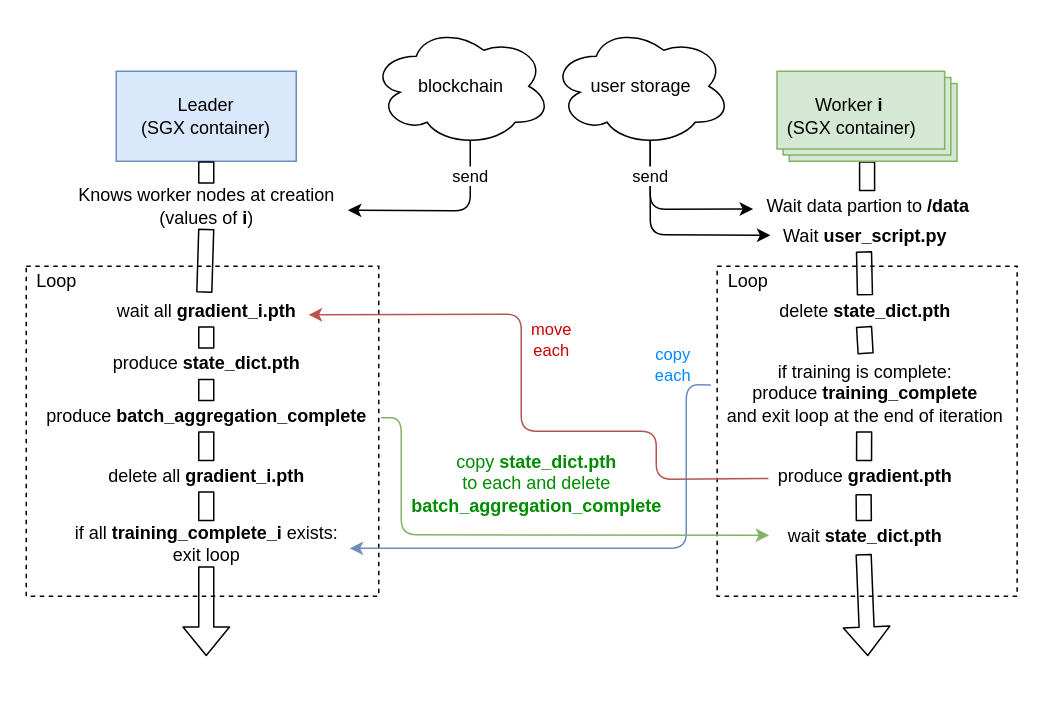
Earlier version of the draw.io diagram file_management.drawio (mercury-protocol/mcy-sgx-gramine). Source tidied: cells renumbered, new cells numbered last; positions are measured from the earlier drawing's top-left corner, leaving out a move shared by most shapes. Both pictures are drawn from the tidied source at 150%, with x=0, y=0 at pixel (26, 26).
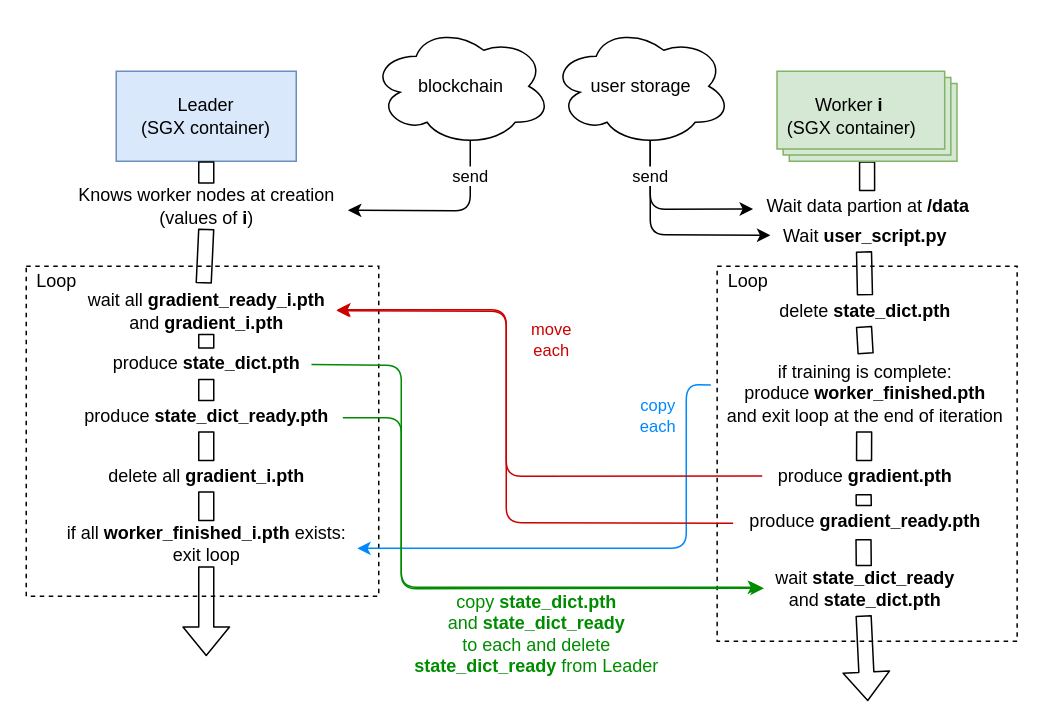
After the change.

Commit message (it also covers changes not shown here):
update diagram and use extension in all file names

Unchanged cells that the change refers to:
```xml
<mxCell id="16" value="produce &lt;b&gt;state_dict.pth&lt;/b&gt;" style="text;html=1;align=center;verticalAlign=middle;points=[];strokeColor=none;fillColor=none;" parent="1" vertex="1">
  <mxGeometry x="50" y="215" width="140" height="20" as="geometry" />
</mxCell>
<mxCell id="19" value="produce &lt;b&gt;gradient.pth&lt;/b&gt;" style="text;html=1;align=center;verticalAlign=middle;points=[];strokeColor=none;fillColor=none;" parent="1" vertex="1">
  <mxGeometry x="493.5" y="290" width="130" height="20" as="geometry" />
</mxCell>
```

Change to the diagram source:
```diff
@@
     <mxCell id="3" style="rounded=0;whiteSpace=wrap;html=1;labelBackgroundColor=default;dashed=1;fillColor=none;" parent="1" vertex="1">
-      <mxGeometry x="460.6" y="160" width="200" height="220" as="geometry" />
+      <mxGeometry x="460.6" y="160" width="200" height="250" as="geometry" />
     </mxCell>
@@
     <mxCell id="6" style="shape=flexArrow;endArrow=classic;html=1;exitX=0.498;exitY=1.092;exitDx=0;exitDy=0;startArrow=none;exitPerimeter=0;" parent="1" edge="1" source="37">
       <mxGeometry relative="1" as="geometry">
-        <mxPoint x="561" y="420" as="targetPoint" />
+        <mxPoint x="561" y="450" as="targetPoint" />
       </mxGeometry>
     </mxCell>
@@
-    <mxCell id="9" value="Wait data partion to &lt;b&gt;/data&lt;/b&gt;" style="text;html=1;align=center;verticalAlign=middle;points=[];strokeColor=none;fillColor=none;" parent="1" vertex="1">
+    <mxCell id="9" value="Wait data partion at&amp;nbsp;&lt;b&gt;/data&lt;/b&gt;" style="text;html=1;align=center;verticalAlign=middle;points=[];strokeColor=none;fillColor=none;" parent="1" vertex="1">
       <mxGeometry x="485.6" y="110" width="150" height="20" as="geometry" />
     </mxCell>
@@
-    <mxCell id="18" value="if training is complete:&lt;br&gt;produce &lt;b&gt;training_complete&lt;/b&gt;&lt;br&gt;and exit loop at the end of iteration" style="text;html=1;align=center;verticalAlign=middle;points=[];strokeColor=none;fillColor=none;" parent="1" vertex="1">
+    <mxCell id="18" value="if training is complete:&lt;br&gt;produce &lt;b&gt;worker_finished.pth&lt;/b&gt;&lt;br&gt;and exit loop at the end of iteration" style="text;html=1;align=center;verticalAlign=middle;points=[];strokeColor=none;fillColor=none;" parent="1" vertex="1">
       <mxGeometry x="458.6" y="220" width="200" height="50" as="geometry" />
     </mxCell>
@@
-    <mxCell id="22" value="wait all&amp;nbsp;&lt;b&gt;gradient_i.pth&lt;/b&gt;" style="text;html=1;align=center;verticalAlign=middle;points=[];strokeColor=none;fillColor=none;" parent="1" vertex="1">
-      <mxGeometry x="55" y="180" width="130" height="20" as="geometry" />
+    <mxCell id="22" value="wait all&amp;nbsp;&lt;b&gt;gradient_ready_i.pth&lt;br&gt;&lt;/b&gt;and&amp;nbsp;&lt;b&gt;gradient_i.pth&lt;/b&gt;" style="text;html=1;align=center;verticalAlign=middle;points=[];strokeColor=none;fillColor=none;" parent="1" vertex="1">
+      <mxGeometry x="35" y="175" width="170" height="30" as="geometry" />
     </mxCell>
@@
-    <mxCell id="26" value="if all&amp;nbsp;&lt;b&gt;training_complete_i&lt;/b&gt;&amp;nbsp;exists:&lt;br&gt;exit loop" style="text;html=1;align=center;verticalAlign=middle;points=[];strokeColor=none;fillColor=none;" parent="1" vertex="1">
-      <mxGeometry x="25" y="330" width="190" height="30" as="geometry" />
+    <mxCell id="26" value="if all&amp;nbsp;&lt;b&gt;worker_finished_i.pth&lt;/b&gt;&amp;nbsp;exists:&lt;br&gt;exit loop" style="text;html=1;align=center;verticalAlign=middle;points=[];strokeColor=none;fillColor=none;" parent="1" vertex="1">
+      <mxGeometry x="20" y="330" width="200" height="30" as="geometry" />
     </mxCell>
-    <mxCell id="27" style="endArrow=classic;html=1;entryX=1.003;entryY=0.602;entryDx=0;entryDy=0;entryPerimeter=0;fillColor=#dae8fc;strokeColor=#6c8ebf;exitX=-0.011;exitY=0.382;exitDx=0;exitDy=0;exitPerimeter=0;" parent="1" edge="1" source="18" target="26">
+    <mxCell id="27" style="endArrow=classic;html=1;entryX=1.003;entryY=0.602;entryDx=0;entryDy=0;entryPerimeter=0;fillColor=#dae8fc;strokeColor=#0088FF;exitX=-0.011;exitY=0.382;exitDx=0;exitDy=0;exitPerimeter=0;" parent="1" edge="1" source="18" target="26">
       <mxGeometry relative="1" as="geometry">
         <Array as="points">
           <mxPoint x="440" y="239" />
           <mxPoint x="440" y="348" />
         </Array>
       </mxGeometry>
     </mxCell>
     <mxCell id="28" value="copy&lt;br&gt;each" style="edgeLabel;html=1;align=center;verticalAlign=middle;fontColor=#0088FF;" parent="27" vertex="1">
       <mxGeometry x="-0.77" y="-2" relative="1" as="geometry">
-        <mxPoint x="-8" y="-37" as="offset" />
+        <mxPoint x="-18" y="-3" as="offset" />
       </mxGeometry>
     </mxCell>
-    <mxCell id="29" style="endArrow=classic;html=1;exitX=0.01;exitY=0.576;exitDx=0;exitDy=0;exitPerimeter=0;entryX=1.025;entryY=0.619;entryDx=0;entryDy=0;entryPerimeter=0;fillColor=#f8cecc;strokeColor=#b85450;" parent="1" edge="1" source="19" target="22">
-      <mxGeometry relative="1" as="geometry">
-        <Array as="points">
-          <mxPoint x="420" y="302" />
-          <mxPoint x="420" y="270" />
-          <mxPoint x="330" y="270" />
-          <mxPoint x="330" y="192" />
-        </Array>
-      </mxGeometry>
-    </mxCell>
@@
-    <mxCell id="31" style="endArrow=classic;html=1;fontColor=#CC0000;exitX=1.006;exitY=0.55;exitDx=0;exitDy=0;exitPerimeter=0;entryX=-0.027;entryY=0.467;entryDx=0;entryDy=0;entryPerimeter=0;fillColor=#d5e8d4;strokeColor=#82b366;" parent="1" edge="1" source="35" target="37">
+    <mxCell id="31" style="endArrow=classic;html=1;fontColor=#CC0000;exitX=1.006;exitY=0.55;exitDx=0;exitDy=0;exitPerimeter=0;entryX=-0.027;entryY=0.467;entryDx=0;entryDy=0;entryPerimeter=0;fillColor=#d5e8d4;strokeColor=#008C00;" parent="1" edge="1" source="35" target="37">
       <mxGeometry relative="1" as="geometry">
         <Array as="points">
           <mxPoint x="250" y="261" />
-          <mxPoint x="250" y="339" />
+          <mxPoint x="250" y="374" />
         </Array>
       </mxGeometry>
     </mxCell>
-    <mxCell id="32" value="&lt;font&gt;copy&amp;nbsp;&lt;b&gt;state_dict.pth&lt;br&gt;&lt;/b&gt;to each and delete&lt;br&gt;&lt;b&gt;batch_aggregation_complete&lt;/b&gt;&lt;br&gt;&lt;/font&gt;" style="text;html=1;align=center;verticalAlign=middle;strokeColor=none;fillColor=none;fontColor=#008C00;" parent="1" vertex="1">
-      <mxGeometry x="250" y="280" width="180" height="50" as="geometry" />
+    <mxCell id="32" value="&lt;font&gt;copy&amp;nbsp;&lt;b&gt;state_dict.pth&lt;/b&gt;&lt;br&gt;and &lt;b&gt;state_dict_ready&lt;/b&gt;&lt;br&gt;to each and delete&lt;br&gt;&lt;b&gt;state_dict_ready&lt;/b&gt;&amp;nbsp;from Leader&lt;br&gt;&lt;/font&gt;" style="text;html=1;align=center;verticalAlign=middle;strokeColor=none;fillColor=none;fontColor=#008C00;" parent="1" vertex="1">
+      <mxGeometry x="250" y="375" width="180" height="60" as="geometry" />
     </mxCell>
@@
-    <mxCell id="35" value="&lt;font color=&quot;#000000&quot;&gt;produce &lt;b&gt;batch_aggregation_complete&lt;/b&gt;&lt;/font&gt;" style="text;html=1;align=center;verticalAlign=middle;points=[];strokeColor=none;fillColor=none;fontColor=#008C00;" parent="1" vertex="1">
-      <mxGeometry x="5" y="250" width="230" height="20" as="geometry" />
+    <mxCell id="35" value="&lt;font color=&quot;#000000&quot;&gt;produce&amp;nbsp;&lt;/font&gt;&lt;b style=&quot;color: rgb(0 , 0 , 0)&quot;&gt;state_dict_ready.pth&lt;br&gt;&lt;/b&gt;" style="text;html=1;align=center;verticalAlign=middle;points=[];strokeColor=none;fillColor=none;fontColor=#008C00;" parent="1" vertex="1">
+      <mxGeometry x="30" y="250" width="180" height="20" as="geometry" />
     </mxCell>
@@
-    <mxCell id="37" value="wait&amp;nbsp;&lt;b&gt;state_dict.pth&lt;/b&gt;" style="text;html=1;align=center;verticalAlign=middle;points=[];strokeColor=none;fillColor=none;" parent="1" vertex="1">
-      <mxGeometry x="498.5" y="330" width="120" height="20" as="geometry" />
+    <mxCell id="37" value="wait &lt;b&gt;state_dict_ready&lt;/b&gt;&lt;br&gt;and&amp;nbsp;&lt;b&gt;state_dict.pth&lt;/b&gt;" style="text;html=1;align=center;verticalAlign=middle;points=[];strokeColor=none;fillColor=none;" parent="1" vertex="1">
+      <mxGeometry x="493.5" y="360" width="130" height="30" as="geometry" />
     </mxCell>
-    <mxCell id="38" style="shape=flexArrow;endArrow=none;html=1;exitX=0.498;exitY=1.092;exitDx=0;exitDy=0;startArrow=none;exitPerimeter=0;" parent="1" edge="1" source="19" target="37">
+    <mxCell id="38" style="shape=flexArrow;endArrow=none;html=1;exitX=0.498;exitY=1.092;exitDx=0;exitDy=0;startArrow=none;exitPerimeter=0;" parent="1" edge="1" source="47" target="37">
       <mxGeometry relative="1" as="geometry" />
     </mxCell>
@@
+    <mxCell id="47" value="produce &lt;b&gt;gradient_ready.pth&lt;br&gt;&lt;/b&gt;" style="text;html=1;align=center;verticalAlign=middle;points=[];strokeColor=none;fillColor=none;" parent="1" vertex="1">
+      <mxGeometry x="473.5" y="320" width="170" height="20" as="geometry" />
+    </mxCell>
+    <mxCell id="48" style="shape=flexArrow;endArrow=none;html=1;exitX=0.498;exitY=1.092;exitDx=0;exitDy=0;startArrow=none;exitPerimeter=0;" parent="1" edge="1" source="19" target="47">
+      <mxGeometry relative="1" as="geometry" />
+    </mxCell>
+    <mxCell id="29" style="endArrow=classic;html=1;strokeColor=#CC0000;exitX=-0.022;exitY=0.493;exitDx=0;exitDy=0;exitPerimeter=0;entryX=1.01;entryY=0.486;entryDx=0;entryDy=0;entryPerimeter=0;" parent="1" edge="1" source="19" target="22">
+      <mxGeometry relative="1" as="geometry">
+        <Array as="points">
+          <mxPoint x="320" y="300" />
+          <mxPoint x="320" y="190" />
+        </Array>
+      </mxGeometry>
+    </mxCell>
+    <mxCell id="49" style="endArrow=classic;html=1;strokeColor=#CC0000;exitX=-0.013;exitY=0.564;exitDx=0;exitDy=0;exitPerimeter=0;entryX=1.013;entryY=0.467;entryDx=0;entryDy=0;entryPerimeter=0;" parent="1" edge="1" source="47" target="22">
+      <mxGeometry relative="1" as="geometry">
+        <Array as="points">
+          <mxPoint x="320" y="331" />
+          <mxPoint x="320" y="189" />
+        </Array>
+      </mxGeometry>
+    </mxCell>
+    <mxCell id="50" style="endArrow=classic;html=1;strokeColor=#008C00;exitX=1.001;exitY=0.529;exitDx=0;exitDy=0;exitPerimeter=0;entryX=-0.013;entryY=0.49;entryDx=0;entryDy=0;entryPerimeter=0;" parent="1" edge="1" source="16" target="37">
+      <mxGeometry relative="1" as="geometry">
+        <Array as="points">
+          <mxPoint x="250" y="226" />
+          <mxPoint x="250" y="375" />
+        </Array>
+      </mxGeometry>
+    </mxCell>
```
